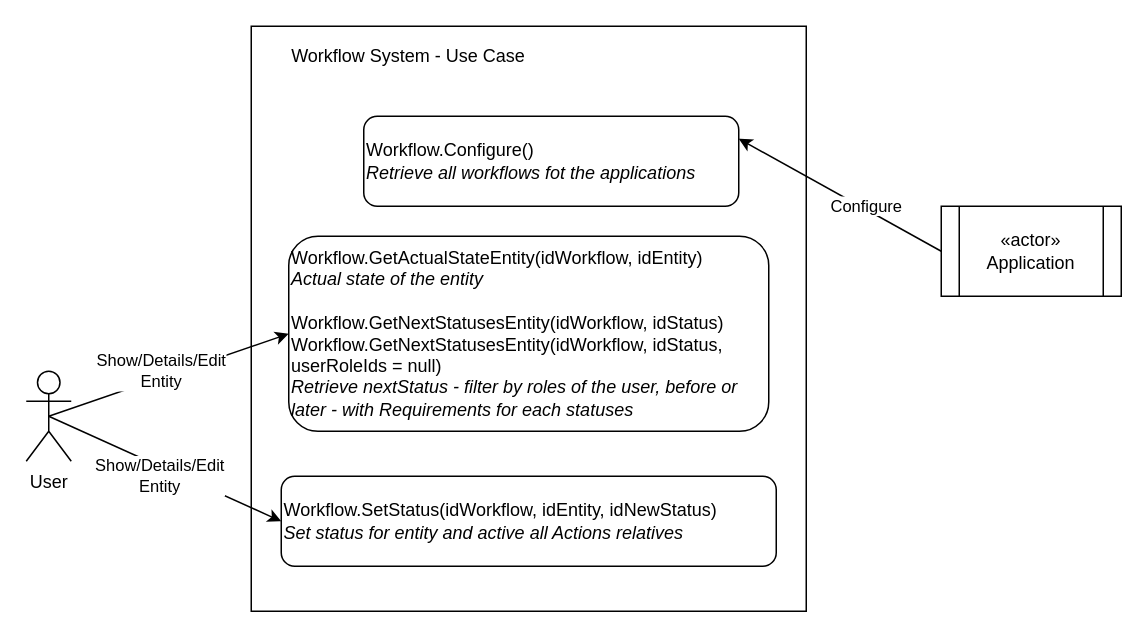
This is Project/Diagrams/UseCases.drawio from Magicianred/WorkflowSystem, a draw.io file, before an edit. Source tidied: cells renumbered, new cells numbered last; positions are measured from the earlier drawing's top-left corner, leaving out a move shared by most shapes. Both pictures are drawn from the tidied source at 150%, with x=0, y=0 at pixel (26, 26).
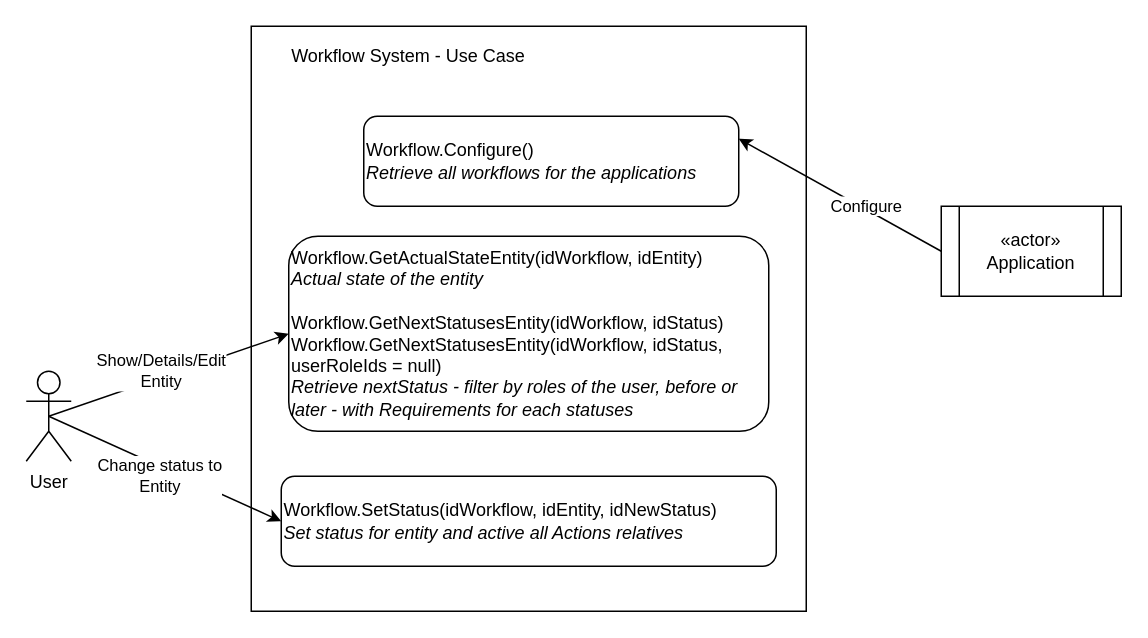
Above is the later version.

Commit message (it also covers changes not shown here):
Edited Use Cases diagram

Change to the diagram source:
```diff
@@
 <mxGraphModel>
   <root>
     <mxCell id="0" />
     <mxCell id="1" parent="0" />
     <mxCell id="2" style="rounded=0;whiteSpace=wrap;html=1;" parent="1" vertex="1">
       <mxGeometry x="150" width="370" height="390" as="geometry" />
     </mxCell>
     <mxCell id="3" value="User" style="shape=umlActor;verticalLabelPosition=bottom;labelBackgroundColor=#ffffff;verticalAlign=top;html=1;outlineConnect=0;" parent="1" vertex="1">
       <mxGeometry y="230" width="30" height="60" as="geometry" />
     </mxCell>
     <mxCell id="4" value="«actor»&lt;br&gt;Application" style="shape=process;whiteSpace=wrap;html=1;backgroundOutline=1;" parent="1" vertex="1">
       <mxGeometry x="610" y="120" width="120" height="60" as="geometry" />
     </mxCell>
-    <mxCell id="5" value="Workflow.Configure()&lt;br&gt;&lt;i&gt;Retrieve all workflows fot the applications&lt;/i&gt;" style="rounded=1;whiteSpace=wrap;html=1;align=left;" parent="1" vertex="1">
+    <mxCell id="5" value="Workflow.Configure()&lt;br&gt;&lt;i&gt;Retrieve all workflows for the applications&lt;/i&gt;" style="rounded=1;whiteSpace=wrap;html=1;align=left;" parent="1" vertex="1">
       <mxGeometry x="225" y="60" width="250" height="60" as="geometry" />
     </mxCell>
     <mxCell id="6" style="endArrow=classic;html=1;exitX=0;exitY=0.5;exitDx=0;exitDy=0;entryX=1;entryY=0.25;entryDx=0;entryDy=0;" parent="1" edge="1" source="4" target="5">
       <mxGeometry relative="1" as="geometry" />
     </mxCell>
     <mxCell id="7" value="Configure" style="edgeLabel;html=1;align=center;verticalAlign=middle;" parent="6" vertex="1">
       <mxGeometry x="0.38" y="1" relative="1" as="geometry">
         <mxPoint x="43.1" y="20.6" as="offset" />
       </mxGeometry>
     </mxCell>
     <mxCell id="8" value="Workflow System - Use Case" style="text;html=1;strokeColor=none;fillColor=none;align=center;verticalAlign=middle;whiteSpace=wrap;rounded=0;" parent="1" vertex="1">
       <mxGeometry x="160" y="10" width="190" height="20" as="geometry" />
     </mxCell>
     <mxCell id="9" value="Workflow.GetActualStateEntity(idWorkflow,&amp;nbsp;idEntity)&lt;br&gt;&lt;i&gt;Actual state of the entity&lt;/i&gt;&lt;br&gt;&lt;br&gt;Workflow.GetNextStatusesEntity(idWorkflow, idStatus)&lt;br&gt;Workflow.GetNextStatusesEntity(idWorkflow, idStatus, userRoleIds = null)&lt;br&gt;&lt;i&gt;Retrieve nextStatus - filter by roles of the user, before or later - with Requirements for each statuses&lt;/i&gt;" style="rounded=1;whiteSpace=wrap;html=1;align=left;" parent="1" vertex="1">
       <mxGeometry x="175" y="140" width="320" height="130" as="geometry" />
     </mxCell>
     <mxCell id="10" style="endArrow=classic;html=1;exitX=0.5;exitY=0.5;exitDx=0;exitDy=0;exitPerimeter=0;entryX=0;entryY=0.5;entryDx=0;entryDy=0;" parent="1" edge="1" source="3" target="9">
       <mxGeometry relative="1" as="geometry" />
     </mxCell>
     <mxCell id="11" value="Show/Details/Edit&lt;br&gt;Entity" style="edgeLabel;html=1;align=center;verticalAlign=middle;" parent="10" vertex="1">
       <mxGeometry x="-0.32" y="-1" relative="1" as="geometry">
         <mxPoint x="19.8" y="-12.1" as="offset" />
       </mxGeometry>
     </mxCell>
     <mxCell id="12" style="endArrow=classic;html=1;exitX=0.5;exitY=0.5;exitDx=0;exitDy=0;exitPerimeter=0;entryX=0;entryY=0.5;entryDx=0;entryDy=0;" parent="1" edge="1" source="3" target="14">
       <mxGeometry relative="1" as="geometry" />
     </mxCell>
-    <mxCell id="13" value="Show/Details/Edit&lt;br&gt;Entity" style="edgeLabel;html=1;align=center;verticalAlign=middle;" parent="12" vertex="1">
+    <mxCell id="13" value="Change status to&lt;br&gt;Entity" style="edgeLabel;html=1;align=center;verticalAlign=middle;" parent="12" vertex="1">
       <mxGeometry x="-0.32" y="-1" relative="1" as="geometry">
         <mxPoint x="21.3" y="15.1" as="offset" />
       </mxGeometry>
     </mxCell>
     <mxCell id="14" value="Workflow.SetStatus(idWorkflow, idEntity, idNewStatus)&lt;br&gt;&lt;i&gt;Set status for entity and active all Actions relatives&lt;/i&gt;" style="rounded=1;whiteSpace=wrap;html=1;align=left;" parent="1" vertex="1">
       <mxGeometry x="170" y="300" width="330" height="60" as="geometry" />
     </mxCell>
   </root>
 </mxGraphModel>
```
